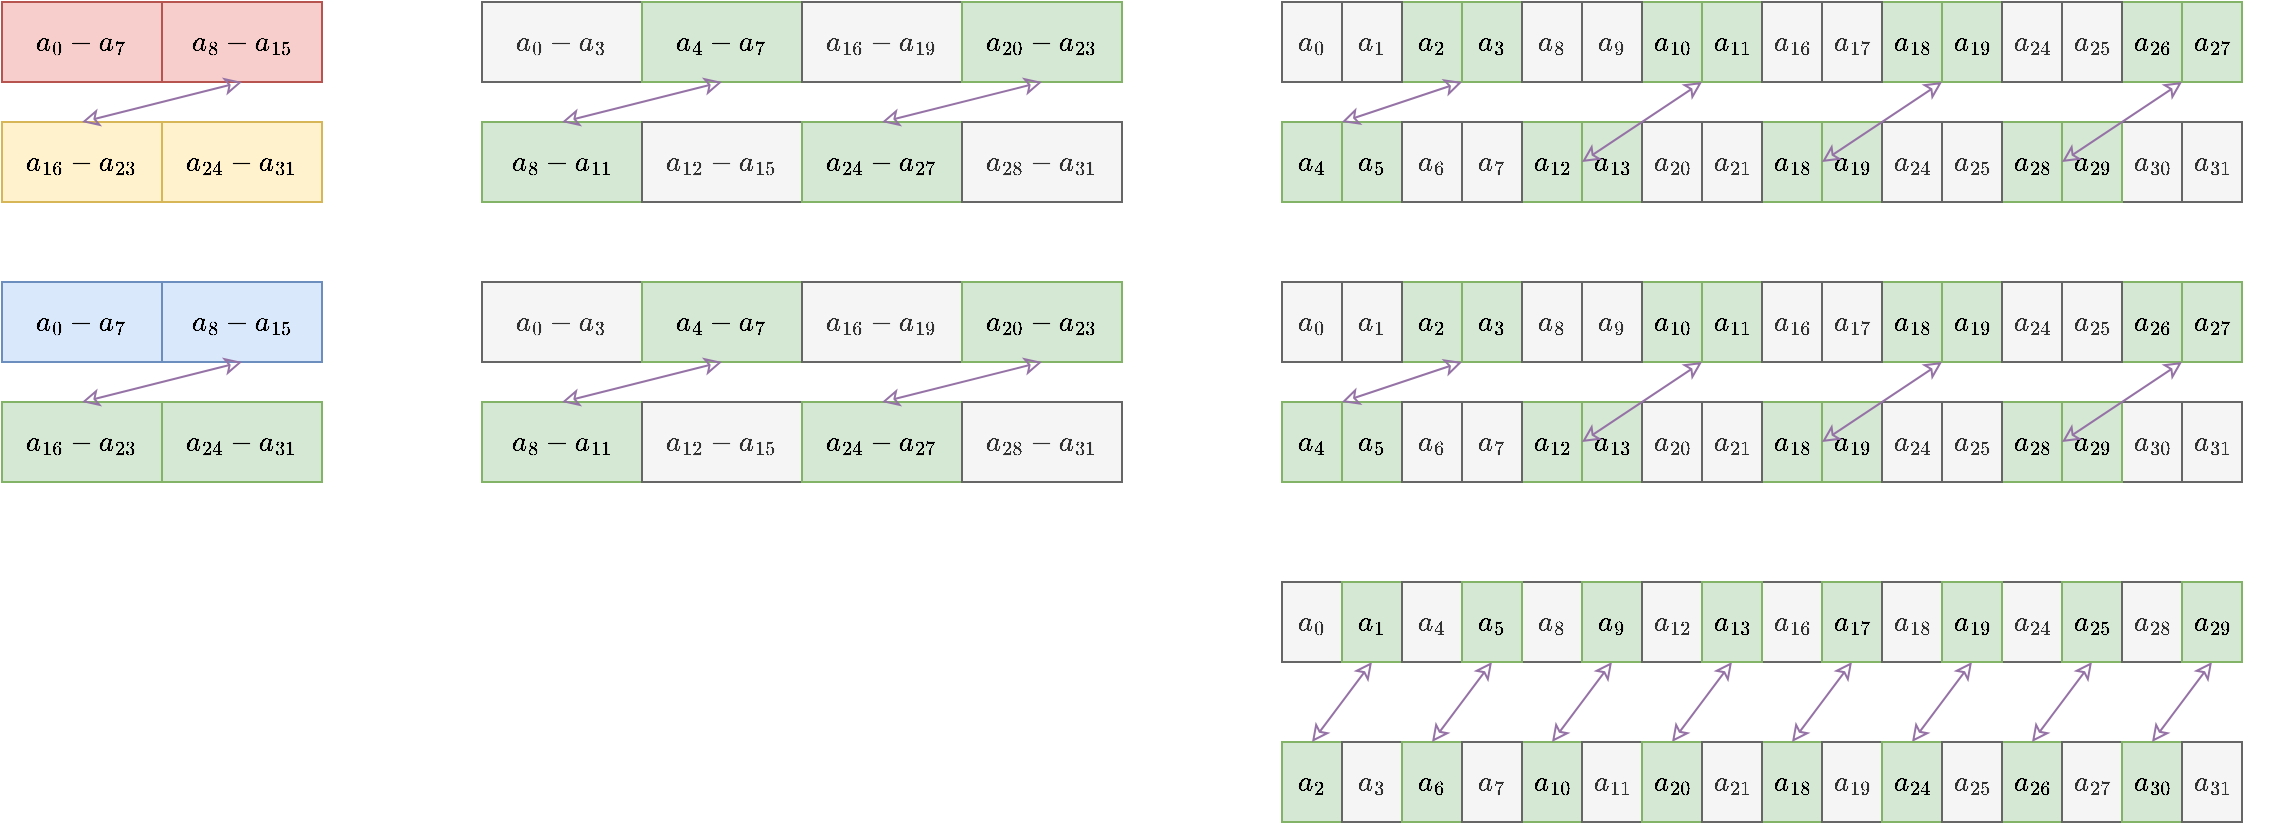
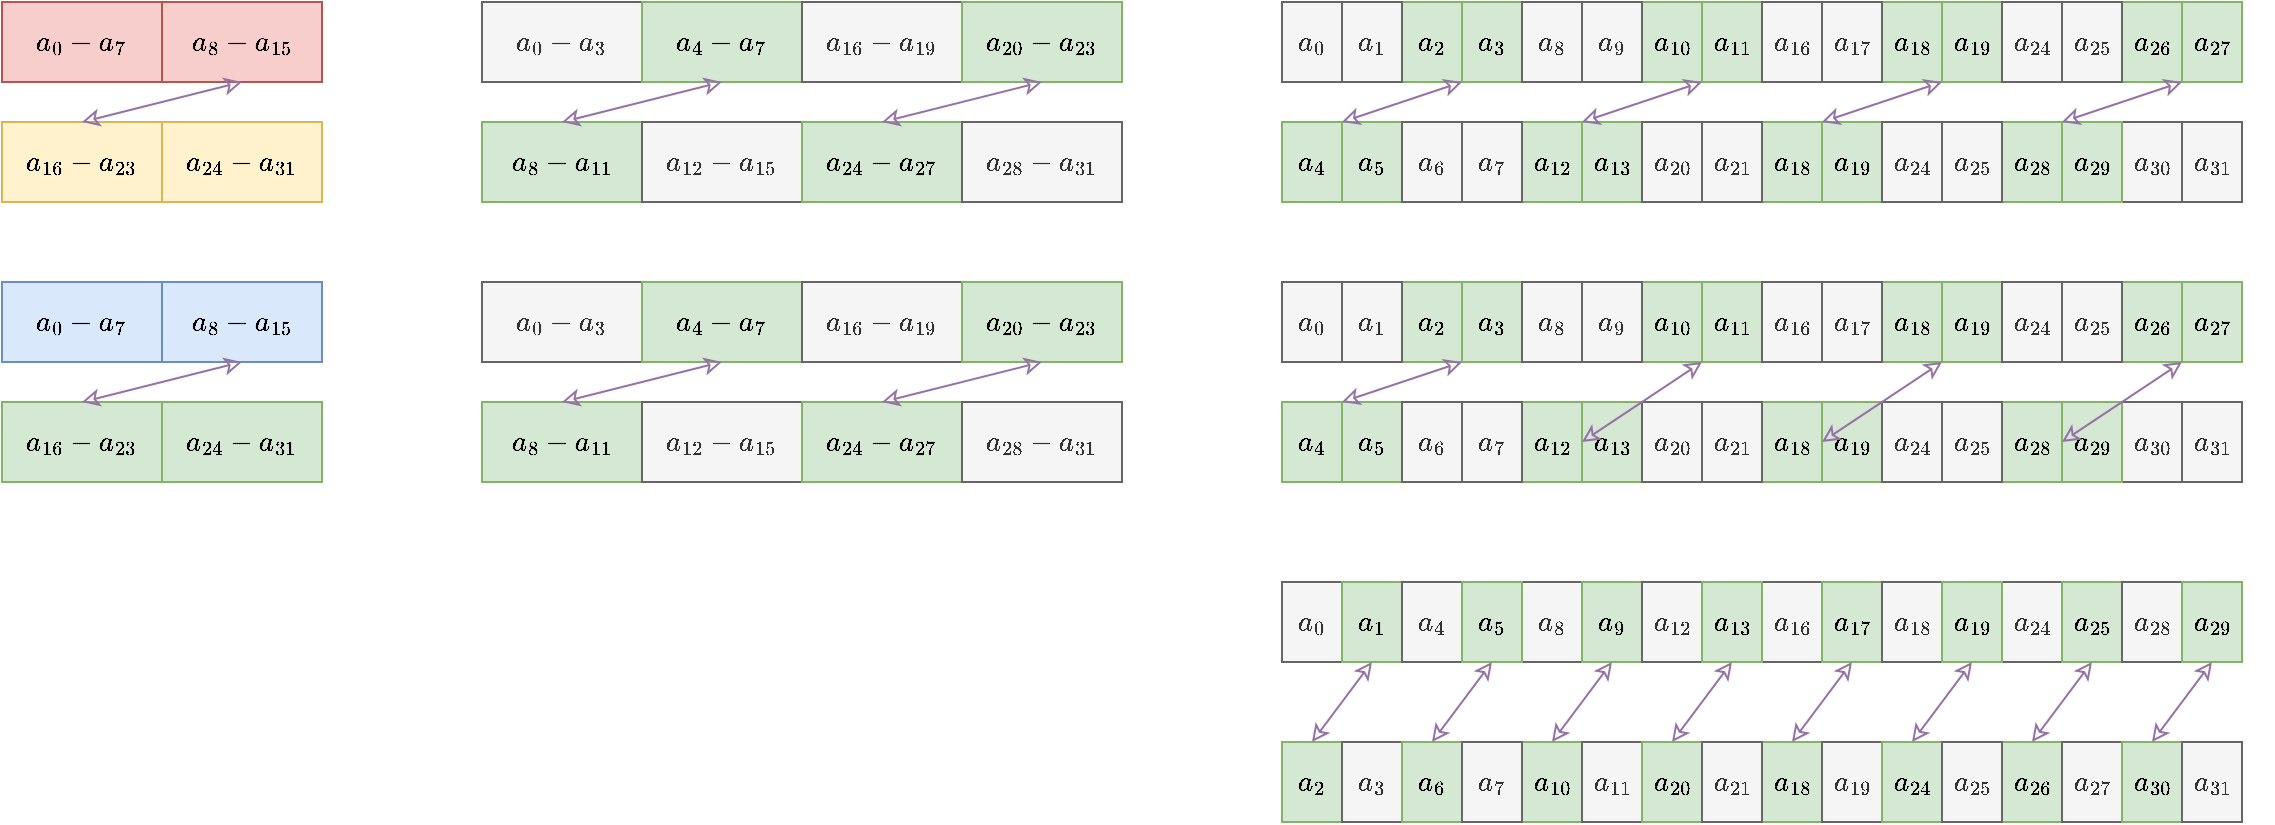
<mxfile host="65bd71144e">
    <diagram name="第 1 页" id="UbJ6MV8FVpi-ZYWMkB0j">
-         <mxGraphModel dx="856" dy="845" grid="1" gridSize="10" guides="1" tooltips="1" connect="1" arrows="1" fold="1" page="1" pageScale="1" pageWidth="1169" pageHeight="827" math="1" shadow="0">
+         <mxGraphModel dx="1027" dy="726" grid="1" gridSize="10" guides="1" tooltips="1" connect="1" arrows="1" fold="1" page="1" pageScale="1" pageWidth="1169" pageHeight="827" math="1" shadow="0">
            <root>
                <mxCell id="0"/>
                <mxCell id="1" parent="0"/>
                <mxCell id="DzIEUbVQHIe73PoZphK8-167" value="$$a_{0}$$" style="rounded=0;whiteSpace=wrap;html=1;fontFamily=Helvetica;fontSize=12;fillColor=#f5f5f5;fontColor=#333333;strokeColor=#666666;" parent="1" vertex="1">
                    <mxGeometry x="660" y="60" width="30" height="40" as="geometry"/>
                </mxCell>
                <mxCell id="DzIEUbVQHIe73PoZphK8-168" value="$$a_{0} - a_{7}$$" style="rounded=0;whiteSpace=wrap;html=1;fontSize=12;fillColor=#f8cecc;strokeColor=#b85450;" parent="1" vertex="1">
                    <mxGeometry x="20" y="60" width="80" height="40" as="geometry"/>
                </mxCell>
                <mxCell id="DzIEUbVQHIe73PoZphK8-169" value="$$a_{8} - a_{15}$$" style="rounded=0;whiteSpace=wrap;html=1;fontSize=12;fillColor=#f8cecc;strokeColor=#b85450;" parent="1" vertex="1">
                    <mxGeometry x="100" y="60" width="80" height="40" as="geometry"/>
                </mxCell>
                <mxCell id="DzIEUbVQHIe73PoZphK8-170" value="$$a_{16} - a_{23}$$" style="rounded=0;whiteSpace=wrap;html=1;fontSize=12;fillColor=#fff2cc;strokeColor=#d6b656;" parent="1" vertex="1">
                    <mxGeometry x="20" y="120" width="80" height="40" as="geometry"/>
                </mxCell>
                <mxCell id="DzIEUbVQHIe73PoZphK8-171" value="$$a_{24} - a_{31}$$" style="rounded=0;whiteSpace=wrap;html=1;fontSize=12;fillColor=#fff2cc;strokeColor=#d6b656;" parent="1" vertex="1">
                    <mxGeometry x="100" y="120" width="80" height="40" as="geometry"/>
                </mxCell>
                <mxCell id="DzIEUbVQHIe73PoZphK8-172" style="rounded=0;orthogonalLoop=1;jettySize=auto;html=1;endArrow=classic;endFill=0;strokeWidth=1;fillColor=#e1d5e7;strokeColor=#9673a6;startArrow=classic;startFill=0;entryX=0.5;entryY=1;entryDx=0;entryDy=0;exitX=0.5;exitY=0;exitDx=0;exitDy=0;" parent="1" source="DzIEUbVQHIe73PoZphK8-170" target="DzIEUbVQHIe73PoZphK8-169" edge="1">
                    <mxGeometry relative="1" as="geometry">
                        <mxPoint x="60" y="130" as="sourcePoint"/>
                        <mxPoint x="140" y="110" as="targetPoint"/>
                    </mxGeometry>
                </mxCell>
                <mxCell id="DzIEUbVQHIe73PoZphK8-173" value="$$a_{0} - a_{3}$$" style="rounded=0;whiteSpace=wrap;html=1;fontSize=12;fillColor=#f5f5f5;fontColor=#333333;strokeColor=#666666;" parent="1" vertex="1">
                    <mxGeometry x="260" y="60" width="80" height="40" as="geometry"/>
                </mxCell>
                <mxCell id="DzIEUbVQHIe73PoZphK8-174" value="$$a_{4} - a_{7}$$" style="rounded=0;whiteSpace=wrap;html=1;fontSize=12;fillColor=#d5e8d4;strokeColor=#82b366;" parent="1" vertex="1">
                    <mxGeometry x="340" y="60" width="80" height="40" as="geometry"/>
                </mxCell>
                <mxCell id="DzIEUbVQHIe73PoZphK8-175" value="$$a_{8} - a_{11}$$" style="rounded=0;whiteSpace=wrap;html=1;fontSize=12;fillColor=#d5e8d4;strokeColor=#82b366;" parent="1" vertex="1">
                    <mxGeometry x="260" y="120" width="80" height="40" as="geometry"/>
                </mxCell>
                <mxCell id="DzIEUbVQHIe73PoZphK8-176" value="$$a_{12} - a_{15}$$" style="rounded=0;whiteSpace=wrap;html=1;fontSize=12;fillColor=#f5f5f5;fontColor=#333333;strokeColor=#666666;" parent="1" vertex="1">
                    <mxGeometry x="340" y="120" width="80" height="40" as="geometry"/>
                </mxCell>
                <mxCell id="DzIEUbVQHIe73PoZphK8-177" style="rounded=0;orthogonalLoop=1;jettySize=auto;html=1;endArrow=classic;endFill=0;strokeWidth=1;fillColor=#e1d5e7;strokeColor=#9673a6;startArrow=classic;startFill=0;entryX=0.5;entryY=1;entryDx=0;entryDy=0;exitX=0.5;exitY=0;exitDx=0;exitDy=0;" parent="1" source="DzIEUbVQHIe73PoZphK8-175" target="DzIEUbVQHIe73PoZphK8-174" edge="1">
                    <mxGeometry relative="1" as="geometry">
                        <mxPoint x="300" y="130" as="sourcePoint"/>
                        <mxPoint x="380" y="110" as="targetPoint"/>
                    </mxGeometry>
                </mxCell>
                <mxCell id="DzIEUbVQHIe73PoZphK8-178" value="$$a_{16} - a_{19}$$" style="rounded=0;whiteSpace=wrap;html=1;fontSize=12;fillColor=#f5f5f5;fontColor=#333333;strokeColor=#666666;" parent="1" vertex="1">
                    <mxGeometry x="420" y="60" width="80" height="40" as="geometry"/>
                </mxCell>
                <mxCell id="DzIEUbVQHIe73PoZphK8-179" value="$$a_{20} - a_{23}$$" style="rounded=0;whiteSpace=wrap;html=1;fontSize=12;fillColor=#d5e8d4;strokeColor=#82b366;" parent="1" vertex="1">
                    <mxGeometry x="500" y="60" width="80" height="40" as="geometry"/>
                </mxCell>
                <mxCell id="DzIEUbVQHIe73PoZphK8-180" value="$$a_{24} - a_{27}$$" style="rounded=0;whiteSpace=wrap;html=1;fontSize=12;fillColor=#d5e8d4;strokeColor=#82b366;" parent="1" vertex="1">
                    <mxGeometry x="420" y="120" width="80" height="40" as="geometry"/>
                </mxCell>
                <mxCell id="DzIEUbVQHIe73PoZphK8-181" value="$$a_{28} - a_{31}$$" style="rounded=0;whiteSpace=wrap;html=1;fontSize=12;fillColor=#f5f5f5;fontColor=#333333;strokeColor=#666666;" parent="1" vertex="1">
                    <mxGeometry x="500" y="120" width="80" height="40" as="geometry"/>
                </mxCell>
                <mxCell id="DzIEUbVQHIe73PoZphK8-182" style="rounded=0;orthogonalLoop=1;jettySize=auto;html=1;endArrow=classic;endFill=0;strokeWidth=1;fillColor=#e1d5e7;strokeColor=#9673a6;startArrow=classic;startFill=0;entryX=0.5;entryY=1;entryDx=0;entryDy=0;exitX=0.5;exitY=0;exitDx=0;exitDy=0;" parent="1" source="DzIEUbVQHIe73PoZphK8-180" target="DzIEUbVQHIe73PoZphK8-179" edge="1">
                    <mxGeometry relative="1" as="geometry">
                        <mxPoint x="460" y="130" as="sourcePoint"/>
                        <mxPoint x="540" y="110" as="targetPoint"/>
                    </mxGeometry>
                </mxCell>
                <mxCell id="DzIEUbVQHIe73PoZphK8-183" value="$$a_{2}$$" style="rounded=0;whiteSpace=wrap;html=1;fontSize=12;fillColor=#d5e8d4;strokeColor=#82b366;" parent="1" vertex="1">
                    <mxGeometry x="720" y="60" width="30" height="40" as="geometry"/>
                </mxCell>
                <mxCell id="DzIEUbVQHIe73PoZphK8-184" value="$$a_{1}$$" style="rounded=0;whiteSpace=wrap;html=1;fontFamily=Helvetica;fontSize=12;fillColor=#f5f5f5;fontColor=#333333;strokeColor=#666666;" parent="1" vertex="1">
                    <mxGeometry x="690" y="60" width="30" height="40" as="geometry"/>
                </mxCell>
                <mxCell id="DzIEUbVQHIe73PoZphK8-185" value="$$a_{3}$$" style="rounded=0;whiteSpace=wrap;html=1;fontSize=12;fillColor=#d5e8d4;strokeColor=#82b366;" parent="1" vertex="1">
                    <mxGeometry x="750" y="60" width="30" height="40" as="geometry"/>
                </mxCell>
                <mxCell id="DzIEUbVQHIe73PoZphK8-186" value="$$a_{8}$$" style="rounded=0;whiteSpace=wrap;html=1;fontFamily=Helvetica;fontSize=12;fillColor=#f5f5f5;fontColor=#333333;strokeColor=#666666;" parent="1" vertex="1">
                    <mxGeometry x="780" y="60" width="30" height="40" as="geometry"/>
                </mxCell>
                <mxCell id="DzIEUbVQHIe73PoZphK8-187" value="$$a_{10}$$" style="rounded=0;whiteSpace=wrap;html=1;fontSize=12;fillColor=#d5e8d4;strokeColor=#82b366;" parent="1" vertex="1">
                    <mxGeometry x="840" y="60" width="30" height="40" as="geometry"/>
                </mxCell>
                <mxCell id="DzIEUbVQHIe73PoZphK8-188" value="$$a_{9}$$" style="rounded=0;whiteSpace=wrap;html=1;fontFamily=Helvetica;fontSize=12;fillColor=#f5f5f5;fontColor=#333333;strokeColor=#666666;" parent="1" vertex="1">
                    <mxGeometry x="810" y="60" width="30" height="40" as="geometry"/>
                </mxCell>
                <mxCell id="DzIEUbVQHIe73PoZphK8-189" value="$$a_{11}$$" style="rounded=0;whiteSpace=wrap;html=1;fontSize=12;fillColor=#d5e8d4;strokeColor=#82b366;" parent="1" vertex="1">
                    <mxGeometry x="870" y="60" width="30" height="40" as="geometry"/>
                </mxCell>
                <mxCell id="DzIEUbVQHIe73PoZphK8-190" value="$$a_{16}$$" style="rounded=0;whiteSpace=wrap;html=1;fontFamily=Helvetica;fontSize=12;fillColor=#f5f5f5;fontColor=#333333;strokeColor=#666666;" parent="1" vertex="1">
                    <mxGeometry x="900" y="60" width="30" height="40" as="geometry"/>
                </mxCell>
                <mxCell id="DzIEUbVQHIe73PoZphK8-191" value="$$a_{18}$$" style="rounded=0;whiteSpace=wrap;html=1;fontSize=12;fillColor=#d5e8d4;strokeColor=#82b366;" parent="1" vertex="1">
                    <mxGeometry x="960" y="60" width="30" height="40" as="geometry"/>
                </mxCell>
                <mxCell id="DzIEUbVQHIe73PoZphK8-192" value="$$a_{17}$$" style="rounded=0;whiteSpace=wrap;html=1;fontFamily=Helvetica;fontSize=12;fillColor=#f5f5f5;fontColor=#333333;strokeColor=#666666;" parent="1" vertex="1">
                    <mxGeometry x="930" y="60" width="30" height="40" as="geometry"/>
                </mxCell>
                <mxCell id="DzIEUbVQHIe73PoZphK8-193" value="$$a_{19}$$" style="rounded=0;whiteSpace=wrap;html=1;fontSize=12;fillColor=#d5e8d4;strokeColor=#82b366;" parent="1" vertex="1">
                    <mxGeometry x="990" y="60" width="30" height="40" as="geometry"/>
                </mxCell>
                <mxCell id="DzIEUbVQHIe73PoZphK8-194" value="$$a_{24}$$" style="rounded=0;whiteSpace=wrap;html=1;fontFamily=Helvetica;fontSize=12;fillColor=#f5f5f5;fontColor=#333333;strokeColor=#666666;" parent="1" vertex="1">
                    <mxGeometry x="1020" y="60" width="30" height="40" as="geometry"/>
                </mxCell>
                <mxCell id="DzIEUbVQHIe73PoZphK8-195" value="$$a_{26}$$" style="rounded=0;whiteSpace=wrap;html=1;fontSize=12;fillColor=#d5e8d4;strokeColor=#82b366;" parent="1" vertex="1">
                    <mxGeometry x="1080" y="60" width="30" height="40" as="geometry"/>
                </mxCell>
                <mxCell id="DzIEUbVQHIe73PoZphK8-196" value="$$a_{25}$$" style="rounded=0;whiteSpace=wrap;html=1;fontFamily=Helvetica;fontSize=12;fillColor=#f5f5f5;fontColor=#333333;strokeColor=#666666;" parent="1" vertex="1">
                    <mxGeometry x="1050" y="60" width="30" height="40" as="geometry"/>
                </mxCell>
                <mxCell id="DzIEUbVQHIe73PoZphK8-197" value="$$a_{27}$$" style="rounded=0;whiteSpace=wrap;html=1;fontSize=12;fillColor=#d5e8d4;strokeColor=#82b366;" parent="1" vertex="1">
                    <mxGeometry x="1110" y="60" width="30" height="40" as="geometry"/>
                </mxCell>
                <mxCell id="DzIEUbVQHIe73PoZphK8-198" value="$$a_{30}$$" style="rounded=0;whiteSpace=wrap;html=1;fontFamily=Helvetica;fontSize=12;fillColor=#f5f5f5;fontColor=#333333;strokeColor=#666666;" parent="1" vertex="1">
                    <mxGeometry x="1080" y="120" width="30" height="40" as="geometry"/>
                </mxCell>
                <mxCell id="DzIEUbVQHIe73PoZphK8-199" value="$$a_{4}$$" style="rounded=0;whiteSpace=wrap;html=1;fontSize=12;fillColor=#d5e8d4;strokeColor=#82b366;" parent="1" vertex="1">
                    <mxGeometry x="660" y="120" width="30" height="40" as="geometry"/>
                </mxCell>
                <mxCell id="DzIEUbVQHIe73PoZphK8-200" value="$$a_{31}$$" style="rounded=0;whiteSpace=wrap;html=1;fontFamily=Helvetica;fontSize=12;fillColor=#f5f5f5;fontColor=#333333;strokeColor=#666666;" parent="1" vertex="1">
                    <mxGeometry x="1110" y="120" width="30" height="40" as="geometry"/>
                </mxCell>
                <mxCell id="DzIEUbVQHIe73PoZphK8-201" value="$$a_{5}$$" style="rounded=0;whiteSpace=wrap;html=1;fontSize=12;fillColor=#d5e8d4;strokeColor=#82b366;" parent="1" vertex="1">
                    <mxGeometry x="690" y="120" width="30" height="40" as="geometry"/>
                </mxCell>
                <mxCell id="DzIEUbVQHIe73PoZphK8-202" value="$$a_{6}$$" style="rounded=0;whiteSpace=wrap;html=1;fontFamily=Helvetica;fontSize=12;fillColor=#f5f5f5;fontColor=#333333;strokeColor=#666666;" parent="1" vertex="1">
                    <mxGeometry x="720" y="120" width="30" height="40" as="geometry"/>
                </mxCell>
                <mxCell id="DzIEUbVQHIe73PoZphK8-203" value="$$a_{12}$$" style="rounded=0;whiteSpace=wrap;html=1;fontSize=12;fillColor=#d5e8d4;strokeColor=#82b366;" parent="1" vertex="1">
                    <mxGeometry x="780" y="120" width="30" height="40" as="geometry"/>
                </mxCell>
                <mxCell id="DzIEUbVQHIe73PoZphK8-204" value="$$a_{7}$$" style="rounded=0;whiteSpace=wrap;html=1;fontFamily=Helvetica;fontSize=12;fillColor=#f5f5f5;fontColor=#333333;strokeColor=#666666;" parent="1" vertex="1">
                    <mxGeometry x="750" y="120" width="30" height="40" as="geometry"/>
                </mxCell>
                <mxCell id="DzIEUbVQHIe73PoZphK8-205" value="$$a_{13}$$" style="rounded=0;whiteSpace=wrap;html=1;fontSize=12;fillColor=#d5e8d4;strokeColor=#82b366;" parent="1" vertex="1">
                    <mxGeometry x="810" y="120" width="30" height="40" as="geometry"/>
                </mxCell>
                <mxCell id="DzIEUbVQHIe73PoZphK8-206" value="$$a_{20}$$" style="rounded=0;whiteSpace=wrap;html=1;fontFamily=Helvetica;fontSize=12;fillColor=#f5f5f5;fontColor=#333333;strokeColor=#666666;" parent="1" vertex="1">
                    <mxGeometry x="840" y="120" width="30" height="40" as="geometry"/>
                </mxCell>
                <mxCell id="DzIEUbVQHIe73PoZphK8-207" value="$$a_{18}$$" style="rounded=0;whiteSpace=wrap;html=1;fontSize=12;fillColor=#d5e8d4;strokeColor=#82b366;" parent="1" vertex="1">
                    <mxGeometry x="900" y="120" width="30" height="40" as="geometry"/>
                </mxCell>
                <mxCell id="DzIEUbVQHIe73PoZphK8-208" value="$$a_{21}$$" style="rounded=0;whiteSpace=wrap;html=1;fontFamily=Helvetica;fontSize=12;fillColor=#f5f5f5;fontColor=#333333;strokeColor=#666666;" parent="1" vertex="1">
                    <mxGeometry x="870" y="120" width="30" height="40" as="geometry"/>
                </mxCell>
                <mxCell id="DzIEUbVQHIe73PoZphK8-209" value="$$a_{19}$$" style="rounded=0;whiteSpace=wrap;html=1;fontSize=12;fillColor=#d5e8d4;strokeColor=#82b366;" parent="1" vertex="1">
                    <mxGeometry x="930" y="120" width="30" height="40" as="geometry"/>
                </mxCell>
                <mxCell id="DzIEUbVQHIe73PoZphK8-210" value="$$a_{24}$$" style="rounded=0;whiteSpace=wrap;html=1;fontFamily=Helvetica;fontSize=12;fillColor=#f5f5f5;fontColor=#333333;strokeColor=#666666;" parent="1" vertex="1">
                    <mxGeometry x="960" y="120" width="30" height="40" as="geometry"/>
                </mxCell>
                <mxCell id="DzIEUbVQHIe73PoZphK8-211" value="$$a_{28}$$" style="rounded=0;whiteSpace=wrap;html=1;fontSize=12;fillColor=#d5e8d4;strokeColor=#82b366;" parent="1" vertex="1">
                    <mxGeometry x="1020" y="120" width="30" height="40" as="geometry"/>
                </mxCell>
                <mxCell id="DzIEUbVQHIe73PoZphK8-212" value="$$a_{25}$$" style="rounded=0;whiteSpace=wrap;html=1;fontFamily=Helvetica;fontSize=12;fillColor=#f5f5f5;fontColor=#333333;strokeColor=#666666;" parent="1" vertex="1">
                    <mxGeometry x="990" y="120" width="30" height="40" as="geometry"/>
                </mxCell>
                <mxCell id="DzIEUbVQHIe73PoZphK8-213" value="$$a_{29}$$" style="rounded=0;whiteSpace=wrap;html=1;fontSize=12;fillColor=#d5e8d4;strokeColor=#82b366;" parent="1" vertex="1">
                    <mxGeometry x="1050" y="120" width="30" height="40" as="geometry"/>
                </mxCell>
                <mxCell id="DzIEUbVQHIe73PoZphK8-214" style="rounded=0;orthogonalLoop=1;jettySize=auto;html=1;endArrow=classic;endFill=0;strokeWidth=1;fillColor=#e1d5e7;strokeColor=#9673a6;startArrow=classic;startFill=0;entryX=1;entryY=1;entryDx=0;entryDy=0;exitX=0;exitY=0;exitDx=0;exitDy=0;" parent="1" source="DzIEUbVQHIe73PoZphK8-201" target="DzIEUbVQHIe73PoZphK8-183" edge="1">
                    <mxGeometry relative="1" as="geometry">
                        <mxPoint x="690" y="160" as="sourcePoint"/>
                        <mxPoint x="770" y="120" as="targetPoint"/>
                    </mxGeometry>
                </mxCell>
-                 <mxCell id="DzIEUbVQHIe73PoZphK8-215" style="rounded=0;orthogonalLoop=1;jettySize=auto;html=1;endArrow=classic;endFill=0;strokeWidth=1;fillColor=#e1d5e7;strokeColor=#9673a6;startArrow=classic;startFill=0;entryX=1;entryY=1;entryDx=0;entryDy=0;exitX=0;exitY=0;exitDx=0;exitDy=0;" parent="1" edge="1">
+                 <mxCell id="DzIEUbVQHIe73PoZphK8-215" style="rounded=0;orthogonalLoop=1;jettySize=auto;html=1;endArrow=classic;endFill=0;strokeWidth=1;fillColor=#e1d5e7;strokeColor=#9673a6;startArrow=classic;startFill=0;entryX=1;entryY=1;entryDx=0;entryDy=0;exitX=0;exitY=0;exitDx=0;exitDy=0;" parent="1" source="DzIEUbVQHIe73PoZphK8-205" edge="1">
                    <mxGeometry relative="1" as="geometry">
                        <mxPoint x="810" y="140" as="sourcePoint"/>
                        <mxPoint x="870" y="100" as="targetPoint"/>
                    </mxGeometry>
                </mxCell>
-                 <mxCell id="DzIEUbVQHIe73PoZphK8-216" style="rounded=0;orthogonalLoop=1;jettySize=auto;html=1;endArrow=classic;endFill=0;strokeWidth=1;fillColor=#e1d5e7;strokeColor=#9673a6;startArrow=classic;startFill=0;entryX=1;entryY=1;entryDx=0;entryDy=0;exitX=0;exitY=0;exitDx=0;exitDy=0;" parent="1" edge="1">
+                 <mxCell id="DzIEUbVQHIe73PoZphK8-216" style="rounded=0;orthogonalLoop=1;jettySize=auto;html=1;endArrow=classic;endFill=0;strokeWidth=1;fillColor=#e1d5e7;strokeColor=#9673a6;startArrow=classic;startFill=0;entryX=1;entryY=1;entryDx=0;entryDy=0;exitX=0;exitY=0;exitDx=0;exitDy=0;" parent="1" source="DzIEUbVQHIe73PoZphK8-209" edge="1">
                    <mxGeometry relative="1" as="geometry">
                        <mxPoint x="930" y="140" as="sourcePoint"/>
                        <mxPoint x="990" y="100" as="targetPoint"/>
                    </mxGeometry>
                </mxCell>
-                 <mxCell id="DzIEUbVQHIe73PoZphK8-217" style="rounded=0;orthogonalLoop=1;jettySize=auto;html=1;endArrow=classic;endFill=0;strokeWidth=1;fillColor=#e1d5e7;strokeColor=#9673a6;startArrow=classic;startFill=0;entryX=1;entryY=1;entryDx=0;entryDy=0;exitX=0;exitY=0;exitDx=0;exitDy=0;" parent="1" edge="1">
+                 <mxCell id="DzIEUbVQHIe73PoZphK8-217" style="rounded=0;orthogonalLoop=1;jettySize=auto;html=1;endArrow=classic;endFill=0;strokeWidth=1;fillColor=#e1d5e7;strokeColor=#9673a6;startArrow=classic;startFill=0;entryX=1;entryY=1;entryDx=0;entryDy=0;exitX=0;exitY=0;exitDx=0;exitDy=0;" parent="1" source="DzIEUbVQHIe73PoZphK8-213" edge="1">
                    <mxGeometry relative="1" as="geometry">
                        <mxPoint x="1050" y="140" as="sourcePoint"/>
                        <mxPoint x="1110" y="100" as="targetPoint"/>
                    </mxGeometry>
                </mxCell>
                <mxCell id="DzIEUbVQHIe73PoZphK8-218" value="$$a_{0}$$" style="rounded=0;whiteSpace=wrap;html=1;fontFamily=Helvetica;fontSize=12;fillColor=#f5f5f5;fontColor=#333333;strokeColor=#666666;" parent="1" vertex="1">
                    <mxGeometry x="660" y="350" width="30" height="40" as="geometry"/>
                </mxCell>
                <mxCell id="DzIEUbVQHIe73PoZphK8-219" value="$$a_{2}$$" style="rounded=0;whiteSpace=wrap;html=1;fontSize=12;fillColor=#d5e8d4;strokeColor=#82b366;" parent="1" vertex="1">
                    <mxGeometry x="660" y="430" width="30" height="40" as="geometry"/>
                </mxCell>
                <mxCell id="DzIEUbVQHIe73PoZphK8-253" style="edgeStyle=none;shape=connector;rounded=0;orthogonalLoop=1;jettySize=auto;html=1;exitX=0.5;exitY=1;exitDx=0;exitDy=0;entryX=0.5;entryY=0;entryDx=0;entryDy=0;strokeColor=#9673a6;strokeWidth=1;align=center;verticalAlign=middle;fontFamily=Helvetica;fontSize=11;fontColor=default;labelBackgroundColor=default;startArrow=classic;startFill=0;endArrow=classic;endFill=0;fillColor=#e1d5e7;" parent="1" source="DzIEUbVQHIe73PoZphK8-220" target="DzIEUbVQHIe73PoZphK8-219" edge="1">
                    <mxGeometry relative="1" as="geometry"/>
                </mxCell>
                <mxCell id="DzIEUbVQHIe73PoZphK8-220" value="$$a_{1}$$" style="rounded=0;whiteSpace=wrap;html=1;fontFamily=Helvetica;fontSize=12;fillColor=#d5e8d4;fontColor=default;strokeColor=#82b366;align=center;verticalAlign=middle;" parent="1" vertex="1">
                    <mxGeometry x="690" y="350" width="30" height="40" as="geometry"/>
                </mxCell>
                <mxCell id="DzIEUbVQHIe73PoZphK8-221" value="$$a_{3}$$" style="rounded=0;whiteSpace=wrap;html=1;fontSize=12;fillColor=#f5f5f5;strokeColor=#666666;align=center;verticalAlign=middle;fontFamily=Helvetica;fontColor=#333333;" parent="1" vertex="1">
                    <mxGeometry x="690" y="430" width="30" height="40" as="geometry"/>
                </mxCell>
                <mxCell id="DzIEUbVQHIe73PoZphK8-222" value="$$a_{8}$$" style="rounded=0;whiteSpace=wrap;html=1;fontFamily=Helvetica;fontSize=12;fillColor=#f5f5f5;fontColor=#333333;strokeColor=#666666;" parent="1" vertex="1">
                    <mxGeometry x="780" y="350" width="30" height="40" as="geometry"/>
                </mxCell>
                <mxCell id="DzIEUbVQHIe73PoZphK8-223" value="$$a_{10}$$" style="rounded=0;whiteSpace=wrap;html=1;fontSize=12;fillColor=#d5e8d4;strokeColor=#82b366;" parent="1" vertex="1">
                    <mxGeometry x="780" y="430" width="30" height="40" as="geometry"/>
                </mxCell>
                <mxCell id="DzIEUbVQHIe73PoZphK8-256" style="edgeStyle=none;shape=connector;rounded=0;orthogonalLoop=1;jettySize=auto;html=1;exitX=0.5;exitY=1;exitDx=0;exitDy=0;entryX=0.5;entryY=0;entryDx=0;entryDy=0;strokeColor=#9673a6;strokeWidth=1;align=center;verticalAlign=middle;fontFamily=Helvetica;fontSize=11;fontColor=default;labelBackgroundColor=default;startArrow=classic;startFill=0;endArrow=classic;endFill=0;fillColor=#e1d5e7;" parent="1" source="DzIEUbVQHIe73PoZphK8-224" target="DzIEUbVQHIe73PoZphK8-223" edge="1">
                    <mxGeometry relative="1" as="geometry"/>
                </mxCell>
                <mxCell id="DzIEUbVQHIe73PoZphK8-224" value="$$a_{9}$$" style="rounded=0;whiteSpace=wrap;html=1;fontFamily=Helvetica;fontSize=12;fillColor=#d5e8d4;fontColor=default;strokeColor=#82b366;align=center;verticalAlign=middle;" parent="1" vertex="1">
                    <mxGeometry x="810" y="350" width="30" height="40" as="geometry"/>
                </mxCell>
                <mxCell id="DzIEUbVQHIe73PoZphK8-225" value="$$a_{11}$$" style="rounded=0;whiteSpace=wrap;html=1;fontSize=12;fillColor=#f5f5f5;strokeColor=#666666;align=center;verticalAlign=middle;fontFamily=Helvetica;fontColor=#333333;" parent="1" vertex="1">
                    <mxGeometry x="810" y="430" width="30" height="40" as="geometry"/>
                </mxCell>
                <mxCell id="DzIEUbVQHIe73PoZphK8-226" value="$$a_{16}$$" style="rounded=0;whiteSpace=wrap;html=1;fontFamily=Helvetica;fontSize=12;fillColor=#f5f5f5;fontColor=#333333;strokeColor=#666666;" parent="1" vertex="1">
                    <mxGeometry x="900" y="350" width="30" height="40" as="geometry"/>
                </mxCell>
                <mxCell id="DzIEUbVQHIe73PoZphK8-227" value="$$a_{18}$$" style="rounded=0;whiteSpace=wrap;html=1;fontSize=12;fillColor=#d5e8d4;strokeColor=#82b366;" parent="1" vertex="1">
                    <mxGeometry x="900" y="430" width="30" height="40" as="geometry"/>
                </mxCell>
                <mxCell id="DzIEUbVQHIe73PoZphK8-258" style="edgeStyle=none;shape=connector;rounded=0;orthogonalLoop=1;jettySize=auto;html=1;exitX=0.5;exitY=1;exitDx=0;exitDy=0;entryX=0.5;entryY=0;entryDx=0;entryDy=0;strokeColor=#9673a6;strokeWidth=1;align=center;verticalAlign=middle;fontFamily=Helvetica;fontSize=11;fontColor=default;labelBackgroundColor=default;startArrow=classic;startFill=0;endArrow=classic;endFill=0;fillColor=#e1d5e7;" parent="1" source="DzIEUbVQHIe73PoZphK8-228" target="DzIEUbVQHIe73PoZphK8-227" edge="1">
                    <mxGeometry relative="1" as="geometry"/>
                </mxCell>
                <mxCell id="DzIEUbVQHIe73PoZphK8-228" value="$$a_{17}$$" style="rounded=0;whiteSpace=wrap;html=1;fontFamily=Helvetica;fontSize=12;fillColor=#d5e8d4;fontColor=default;strokeColor=#82b366;align=center;verticalAlign=middle;" parent="1" vertex="1">
                    <mxGeometry x="930" y="350" width="30" height="40" as="geometry"/>
                </mxCell>
                <mxCell id="DzIEUbVQHIe73PoZphK8-229" value="$$a_{19}$$" style="rounded=0;whiteSpace=wrap;html=1;fontSize=12;fillColor=#f5f5f5;strokeColor=#666666;align=center;verticalAlign=middle;fontFamily=Helvetica;fontColor=#333333;" parent="1" vertex="1">
                    <mxGeometry x="930" y="430" width="30" height="40" as="geometry"/>
                </mxCell>
                <mxCell id="DzIEUbVQHIe73PoZphK8-230" value="$$a_{24}$$" style="rounded=0;whiteSpace=wrap;html=1;fontFamily=Helvetica;fontSize=12;fillColor=#f5f5f5;fontColor=#333333;strokeColor=#666666;" parent="1" vertex="1">
                    <mxGeometry x="1020" y="350" width="30" height="40" as="geometry"/>
                </mxCell>
                <mxCell id="DzIEUbVQHIe73PoZphK8-231" value="$$a_{26}$$" style="rounded=0;whiteSpace=wrap;html=1;fontSize=12;fillColor=#d5e8d4;strokeColor=#82b366;" parent="1" vertex="1">
                    <mxGeometry x="1020" y="430" width="30" height="40" as="geometry"/>
                </mxCell>
                <mxCell id="DzIEUbVQHIe73PoZphK8-260" style="edgeStyle=none;shape=connector;rounded=0;orthogonalLoop=1;jettySize=auto;html=1;exitX=0.5;exitY=1;exitDx=0;exitDy=0;entryX=0.5;entryY=0;entryDx=0;entryDy=0;strokeColor=#9673a6;strokeWidth=1;align=center;verticalAlign=middle;fontFamily=Helvetica;fontSize=11;fontColor=default;labelBackgroundColor=default;startArrow=classic;startFill=0;endArrow=classic;endFill=0;fillColor=#e1d5e7;" parent="1" source="DzIEUbVQHIe73PoZphK8-232" target="DzIEUbVQHIe73PoZphK8-231" edge="1">
                    <mxGeometry relative="1" as="geometry"/>
                </mxCell>
                <mxCell id="DzIEUbVQHIe73PoZphK8-232" value="$$a_{25}$$" style="rounded=0;whiteSpace=wrap;html=1;fontFamily=Helvetica;fontSize=12;fillColor=#d5e8d4;fontColor=default;strokeColor=#82b366;align=center;verticalAlign=middle;" parent="1" vertex="1">
                    <mxGeometry x="1050" y="350" width="30" height="40" as="geometry"/>
                </mxCell>
                <mxCell id="DzIEUbVQHIe73PoZphK8-233" value="$$a_{27}$$" style="rounded=0;whiteSpace=wrap;html=1;fontSize=12;fillColor=#f5f5f5;strokeColor=#666666;align=center;verticalAlign=middle;fontFamily=Helvetica;fontColor=#333333;" parent="1" vertex="1">
                    <mxGeometry x="1050" y="430" width="30" height="40" as="geometry"/>
                </mxCell>
                <mxCell id="DzIEUbVQHIe73PoZphK8-234" value="$$a_{30}$$" style="rounded=0;whiteSpace=wrap;html=1;fontFamily=Helvetica;fontSize=12;fillColor=#d5e8d4;fontColor=default;strokeColor=#82b366;align=center;verticalAlign=middle;" parent="1" vertex="1">
                    <mxGeometry x="1080" y="430" width="30" height="40" as="geometry"/>
                </mxCell>
                <mxCell id="DzIEUbVQHIe73PoZphK8-236" value="$$a_{31}$$" style="rounded=0;whiteSpace=wrap;html=1;fontFamily=Helvetica;fontSize=12;fillColor=#f5f5f5;fontColor=#333333;strokeColor=#666666;align=center;verticalAlign=middle;" parent="1" vertex="1">
                    <mxGeometry x="1110" y="430" width="30" height="40" as="geometry"/>
                </mxCell>
                <mxCell id="DzIEUbVQHIe73PoZphK8-238" value="$$a_{6}$$" style="rounded=0;whiteSpace=wrap;html=1;fontFamily=Helvetica;fontSize=12;fillColor=#d5e8d4;fontColor=default;strokeColor=#82b366;align=center;verticalAlign=middle;" parent="1" vertex="1">
                    <mxGeometry x="720" y="430" width="30" height="40" as="geometry"/>
                </mxCell>
                <mxCell id="DzIEUbVQHIe73PoZphK8-239" value="$$a_{12}$$" style="rounded=0;whiteSpace=wrap;html=1;fontSize=12;fillColor=#f5f5f5;strokeColor=#666666;align=center;verticalAlign=middle;fontFamily=Helvetica;fontColor=#333333;" parent="1" vertex="1">
                    <mxGeometry x="840" y="350" width="30" height="40" as="geometry"/>
                </mxCell>
                <mxCell id="DzIEUbVQHIe73PoZphK8-240" value="$$a_{7}$$" style="rounded=0;whiteSpace=wrap;html=1;fontFamily=Helvetica;fontSize=12;fillColor=#f5f5f5;fontColor=#333333;strokeColor=#666666;" parent="1" vertex="1">
                    <mxGeometry x="750" y="430" width="30" height="40" as="geometry"/>
                </mxCell>
                <mxCell id="DzIEUbVQHIe73PoZphK8-257" style="edgeStyle=none;shape=connector;rounded=0;orthogonalLoop=1;jettySize=auto;html=1;exitX=0.5;exitY=1;exitDx=0;exitDy=0;entryX=0.5;entryY=0;entryDx=0;entryDy=0;strokeColor=#9673a6;strokeWidth=1;align=center;verticalAlign=middle;fontFamily=Helvetica;fontSize=11;fontColor=default;labelBackgroundColor=default;startArrow=classic;startFill=0;endArrow=classic;endFill=0;fillColor=#e1d5e7;" parent="1" source="DzIEUbVQHIe73PoZphK8-241" target="DzIEUbVQHIe73PoZphK8-242" edge="1">
                    <mxGeometry relative="1" as="geometry"/>
                </mxCell>
                <mxCell id="DzIEUbVQHIe73PoZphK8-241" value="$$a_{13}$$" style="rounded=0;whiteSpace=wrap;html=1;fontSize=12;fillColor=#d5e8d4;strokeColor=#82b366;" parent="1" vertex="1">
                    <mxGeometry x="870" y="350" width="30" height="40" as="geometry"/>
                </mxCell>
                <mxCell id="DzIEUbVQHIe73PoZphK8-242" value="$$a_{20}$$" style="rounded=0;whiteSpace=wrap;html=1;fontFamily=Helvetica;fontSize=12;fillColor=#d5e8d4;fontColor=default;strokeColor=#82b366;align=center;verticalAlign=middle;" parent="1" vertex="1">
                    <mxGeometry x="840" y="430" width="30" height="40" as="geometry"/>
                </mxCell>
                <mxCell id="DzIEUbVQHIe73PoZphK8-243" value="$$a_{18}$$" style="rounded=0;whiteSpace=wrap;html=1;fontSize=12;fillColor=#f5f5f5;strokeColor=#666666;align=center;verticalAlign=middle;fontFamily=Helvetica;fontColor=#333333;" parent="1" vertex="1">
                    <mxGeometry x="960" y="350" width="30" height="40" as="geometry"/>
                </mxCell>
                <mxCell id="DzIEUbVQHIe73PoZphK8-244" value="$$a_{21}$$" style="rounded=0;whiteSpace=wrap;html=1;fontFamily=Helvetica;fontSize=12;fillColor=#f5f5f5;fontColor=#333333;strokeColor=#666666;" parent="1" vertex="1">
                    <mxGeometry x="870" y="430" width="30" height="40" as="geometry"/>
                </mxCell>
                <mxCell id="DzIEUbVQHIe73PoZphK8-259" style="edgeStyle=none;shape=connector;rounded=0;orthogonalLoop=1;jettySize=auto;html=1;exitX=0.5;exitY=1;exitDx=0;exitDy=0;entryX=0.5;entryY=0;entryDx=0;entryDy=0;strokeColor=#9673a6;strokeWidth=1;align=center;verticalAlign=middle;fontFamily=Helvetica;fontSize=11;fontColor=default;labelBackgroundColor=default;startArrow=classic;startFill=0;endArrow=classic;endFill=0;fillColor=#e1d5e7;" parent="1" source="DzIEUbVQHIe73PoZphK8-245" target="DzIEUbVQHIe73PoZphK8-246" edge="1">
                    <mxGeometry relative="1" as="geometry"/>
                </mxCell>
                <mxCell id="DzIEUbVQHIe73PoZphK8-245" value="$$a_{19}$$" style="rounded=0;whiteSpace=wrap;html=1;fontSize=12;fillColor=#d5e8d4;strokeColor=#82b366;" parent="1" vertex="1">
                    <mxGeometry x="990" y="350" width="30" height="40" as="geometry"/>
                </mxCell>
                <mxCell id="DzIEUbVQHIe73PoZphK8-246" value="$$a_{24}$$" style="rounded=0;whiteSpace=wrap;html=1;fontFamily=Helvetica;fontSize=12;fillColor=#d5e8d4;fontColor=default;strokeColor=#82b366;align=center;verticalAlign=middle;" parent="1" vertex="1">
                    <mxGeometry x="960" y="430" width="30" height="40" as="geometry"/>
                </mxCell>
                <mxCell id="DzIEUbVQHIe73PoZphK8-247" value="$$a_{28}$$" style="rounded=0;whiteSpace=wrap;html=1;fontSize=12;fillColor=#f5f5f5;strokeColor=#666666;align=center;verticalAlign=middle;fontFamily=Helvetica;fontColor=#333333;" parent="1" vertex="1">
                    <mxGeometry x="1080" y="350" width="30" height="40" as="geometry"/>
                </mxCell>
                <mxCell id="DzIEUbVQHIe73PoZphK8-248" value="$$a_{25}$$" style="rounded=0;whiteSpace=wrap;html=1;fontFamily=Helvetica;fontSize=12;fillColor=#f5f5f5;fontColor=#333333;strokeColor=#666666;" parent="1" vertex="1">
                    <mxGeometry x="990" y="430" width="30" height="40" as="geometry"/>
                </mxCell>
                <mxCell id="DzIEUbVQHIe73PoZphK8-261" style="edgeStyle=none;shape=connector;rounded=0;orthogonalLoop=1;jettySize=auto;html=1;exitX=0.5;exitY=1;exitDx=0;exitDy=0;entryX=0.5;entryY=0;entryDx=0;entryDy=0;strokeColor=#9673a6;strokeWidth=1;align=center;verticalAlign=middle;fontFamily=Helvetica;fontSize=11;fontColor=default;labelBackgroundColor=default;startArrow=classic;startFill=0;endArrow=classic;endFill=0;fillColor=#e1d5e7;" parent="1" source="DzIEUbVQHIe73PoZphK8-249" target="DzIEUbVQHIe73PoZphK8-234" edge="1">
                    <mxGeometry relative="1" as="geometry"/>
                </mxCell>
                <mxCell id="DzIEUbVQHIe73PoZphK8-249" value="$$a_{29}$$" style="rounded=0;whiteSpace=wrap;html=1;fontSize=12;fillColor=#d5e8d4;strokeColor=#82b366;" parent="1" vertex="1">
                    <mxGeometry x="1110" y="350" width="30" height="40" as="geometry"/>
                </mxCell>
                <mxCell id="DzIEUbVQHIe73PoZphK8-250" value="$$a_{4}$$" style="rounded=0;whiteSpace=wrap;html=1;fontSize=12;fillColor=#f5f5f5;strokeColor=#666666;align=center;verticalAlign=middle;fontFamily=Helvetica;fontColor=#333333;" parent="1" vertex="1">
                    <mxGeometry x="720" y="350" width="30" height="40" as="geometry"/>
                </mxCell>
                <mxCell id="DzIEUbVQHIe73PoZphK8-254" style="edgeStyle=none;shape=connector;rounded=0;orthogonalLoop=1;jettySize=auto;html=1;exitX=0.5;exitY=1;exitDx=0;exitDy=0;entryX=0.5;entryY=0;entryDx=0;entryDy=0;strokeColor=#9673a6;strokeWidth=1;align=center;verticalAlign=middle;fontFamily=Helvetica;fontSize=11;fontColor=default;labelBackgroundColor=default;startArrow=classic;startFill=0;endArrow=classic;endFill=0;fillColor=#e1d5e7;" parent="1" source="DzIEUbVQHIe73PoZphK8-251" target="DzIEUbVQHIe73PoZphK8-238" edge="1">
                    <mxGeometry relative="1" as="geometry"/>
                </mxCell>
                <mxCell id="DzIEUbVQHIe73PoZphK8-251" value="$$a_{5}$$" style="rounded=0;whiteSpace=wrap;html=1;fontSize=12;fillColor=#d5e8d4;strokeColor=#82b366;" parent="1" vertex="1">
                    <mxGeometry x="750" y="350" width="30" height="40" as="geometry"/>
                </mxCell>
-                 <mxCell id="2" value="$$a_{0} - a_{7}$$" style="rounded=0;whiteSpace=wrap;html=1;fontSize=12;fillColor=#dae8fc;strokeColor=#6c8ebf;" vertex="1" parent="1">
+                 <mxCell id="2" value="$$a_{0} - a_{7}$$" style="rounded=0;whiteSpace=wrap;html=1;fontSize=12;fillColor=#dae8fc;strokeColor=#6c8ebf;" parent="1" vertex="1">
                    <mxGeometry x="20" y="200" width="80" height="40" as="geometry"/>
                </mxCell>
-                 <mxCell id="3" value="$$a_{8} - a_{15}$$" style="rounded=0;whiteSpace=wrap;html=1;fontSize=12;fillColor=#dae8fc;strokeColor=#6c8ebf;" vertex="1" parent="1">
+                 <mxCell id="3" value="$$a_{8} - a_{15}$$" style="rounded=0;whiteSpace=wrap;html=1;fontSize=12;fillColor=#dae8fc;strokeColor=#6c8ebf;" parent="1" vertex="1">
                    <mxGeometry x="100" y="200" width="80" height="40" as="geometry"/>
                </mxCell>
-                 <mxCell id="4" value="$$a_{16} - a_{23}$$" style="rounded=0;whiteSpace=wrap;html=1;fontSize=12;fillColor=#d5e8d4;strokeColor=#82b366;" vertex="1" parent="1">
+                 <mxCell id="4" value="$$a_{16} - a_{23}$$" style="rounded=0;whiteSpace=wrap;html=1;fontSize=12;fillColor=#d5e8d4;strokeColor=#82b366;" parent="1" vertex="1">
                    <mxGeometry x="20" y="260" width="80" height="40" as="geometry"/>
                </mxCell>
-                 <mxCell id="5" value="$$a_{24} - a_{31}$$" style="rounded=0;whiteSpace=wrap;html=1;fontSize=12;fillColor=#d5e8d4;strokeColor=#82b366;" vertex="1" parent="1">
+                 <mxCell id="5" value="$$a_{24} - a_{31}$$" style="rounded=0;whiteSpace=wrap;html=1;fontSize=12;fillColor=#d5e8d4;strokeColor=#82b366;" parent="1" vertex="1">
                    <mxGeometry x="100" y="260" width="80" height="40" as="geometry"/>
                </mxCell>
-                 <mxCell id="6" style="rounded=0;orthogonalLoop=1;jettySize=auto;html=1;endArrow=classic;endFill=0;strokeWidth=1;fillColor=#e1d5e7;strokeColor=#9673a6;startArrow=classic;startFill=0;entryX=0.5;entryY=1;entryDx=0;entryDy=0;exitX=0.5;exitY=0;exitDx=0;exitDy=0;" edge="1" parent="1" source="4" target="3">
+                 <mxCell id="6" style="rounded=0;orthogonalLoop=1;jettySize=auto;html=1;endArrow=classic;endFill=0;strokeWidth=1;fillColor=#e1d5e7;strokeColor=#9673a6;startArrow=classic;startFill=0;entryX=0.5;entryY=1;entryDx=0;entryDy=0;exitX=0.5;exitY=0;exitDx=0;exitDy=0;" parent="1" source="4" target="3" edge="1">
                    <mxGeometry relative="1" as="geometry">
                        <mxPoint x="60" y="270" as="sourcePoint"/>
                        <mxPoint x="140" y="250" as="targetPoint"/>
                    </mxGeometry>
                </mxCell>
-                 <mxCell id="7" value="$$a_{0}$$" style="rounded=0;whiteSpace=wrap;html=1;fontFamily=Helvetica;fontSize=12;fillColor=#f5f5f5;fontColor=#333333;strokeColor=#666666;" vertex="1" parent="1">
+                 <mxCell id="7" value="$$a_{0}$$" style="rounded=0;whiteSpace=wrap;html=1;fontFamily=Helvetica;fontSize=12;fillColor=#f5f5f5;fontColor=#333333;strokeColor=#666666;" parent="1" vertex="1">
                    <mxGeometry x="660" y="200" width="30" height="40" as="geometry"/>
                </mxCell>
-                 <mxCell id="8" value="$$a_{2}$$" style="rounded=0;whiteSpace=wrap;html=1;fontSize=12;fillColor=#d5e8d4;strokeColor=#82b366;" vertex="1" parent="1">
+                 <mxCell id="8" value="$$a_{2}$$" style="rounded=0;whiteSpace=wrap;html=1;fontSize=12;fillColor=#d5e8d4;strokeColor=#82b366;" parent="1" vertex="1">
                    <mxGeometry x="720" y="200" width="30" height="40" as="geometry"/>
                </mxCell>
-                 <mxCell id="9" value="$$a_{1}$$" style="rounded=0;whiteSpace=wrap;html=1;fontFamily=Helvetica;fontSize=12;fillColor=#f5f5f5;fontColor=#333333;strokeColor=#666666;" vertex="1" parent="1">
+                 <mxCell id="9" value="$$a_{1}$$" style="rounded=0;whiteSpace=wrap;html=1;fontFamily=Helvetica;fontSize=12;fillColor=#f5f5f5;fontColor=#333333;strokeColor=#666666;" parent="1" vertex="1">
                    <mxGeometry x="690" y="200" width="30" height="40" as="geometry"/>
                </mxCell>
-                 <mxCell id="10" value="$$a_{3}$$" style="rounded=0;whiteSpace=wrap;html=1;fontSize=12;fillColor=#d5e8d4;strokeColor=#82b366;" vertex="1" parent="1">
+                 <mxCell id="10" value="$$a_{3}$$" style="rounded=0;whiteSpace=wrap;html=1;fontSize=12;fillColor=#d5e8d4;strokeColor=#82b366;" parent="1" vertex="1">
                    <mxGeometry x="750" y="200" width="30" height="40" as="geometry"/>
                </mxCell>
-                 <mxCell id="11" value="$$a_{8}$$" style="rounded=0;whiteSpace=wrap;html=1;fontFamily=Helvetica;fontSize=12;fillColor=#f5f5f5;fontColor=#333333;strokeColor=#666666;" vertex="1" parent="1">
+                 <mxCell id="11" value="$$a_{8}$$" style="rounded=0;whiteSpace=wrap;html=1;fontFamily=Helvetica;fontSize=12;fillColor=#f5f5f5;fontColor=#333333;strokeColor=#666666;" parent="1" vertex="1">
                    <mxGeometry x="780" y="200" width="30" height="40" as="geometry"/>
                </mxCell>
-                 <mxCell id="12" value="$$a_{10}$$" style="rounded=0;whiteSpace=wrap;html=1;fontSize=12;fillColor=#d5e8d4;strokeColor=#82b366;" vertex="1" parent="1">
+                 <mxCell id="12" value="$$a_{10}$$" style="rounded=0;whiteSpace=wrap;html=1;fontSize=12;fillColor=#d5e8d4;strokeColor=#82b366;" parent="1" vertex="1">
                    <mxGeometry x="840" y="200" width="30" height="40" as="geometry"/>
                </mxCell>
-                 <mxCell id="13" value="$$a_{9}$$" style="rounded=0;whiteSpace=wrap;html=1;fontFamily=Helvetica;fontSize=12;fillColor=#f5f5f5;fontColor=#333333;strokeColor=#666666;" vertex="1" parent="1">
+                 <mxCell id="13" value="$$a_{9}$$" style="rounded=0;whiteSpace=wrap;html=1;fontFamily=Helvetica;fontSize=12;fillColor=#f5f5f5;fontColor=#333333;strokeColor=#666666;" parent="1" vertex="1">
                    <mxGeometry x="810" y="200" width="30" height="40" as="geometry"/>
                </mxCell>
-                 <mxCell id="14" value="$$a_{11}$$" style="rounded=0;whiteSpace=wrap;html=1;fontSize=12;fillColor=#d5e8d4;strokeColor=#82b366;" vertex="1" parent="1">
+                 <mxCell id="14" value="$$a_{11}$$" style="rounded=0;whiteSpace=wrap;html=1;fontSize=12;fillColor=#d5e8d4;strokeColor=#82b366;" parent="1" vertex="1">
                    <mxGeometry x="870" y="200" width="30" height="40" as="geometry"/>
                </mxCell>
-                 <mxCell id="15" value="$$a_{16}$$" style="rounded=0;whiteSpace=wrap;html=1;fontFamily=Helvetica;fontSize=12;fillColor=#f5f5f5;fontColor=#333333;strokeColor=#666666;" vertex="1" parent="1">
+                 <mxCell id="15" value="$$a_{16}$$" style="rounded=0;whiteSpace=wrap;html=1;fontFamily=Helvetica;fontSize=12;fillColor=#f5f5f5;fontColor=#333333;strokeColor=#666666;" parent="1" vertex="1">
                    <mxGeometry x="900" y="200" width="30" height="40" as="geometry"/>
                </mxCell>
-                 <mxCell id="16" value="$$a_{18}$$" style="rounded=0;whiteSpace=wrap;html=1;fontSize=12;fillColor=#d5e8d4;strokeColor=#82b366;" vertex="1" parent="1">
+                 <mxCell id="16" value="$$a_{18}$$" style="rounded=0;whiteSpace=wrap;html=1;fontSize=12;fillColor=#d5e8d4;strokeColor=#82b366;" parent="1" vertex="1">
                    <mxGeometry x="960" y="200" width="30" height="40" as="geometry"/>
                </mxCell>
-                 <mxCell id="17" value="$$a_{17}$$" style="rounded=0;whiteSpace=wrap;html=1;fontFamily=Helvetica;fontSize=12;fillColor=#f5f5f5;fontColor=#333333;strokeColor=#666666;" vertex="1" parent="1">
+                 <mxCell id="17" value="$$a_{17}$$" style="rounded=0;whiteSpace=wrap;html=1;fontFamily=Helvetica;fontSize=12;fillColor=#f5f5f5;fontColor=#333333;strokeColor=#666666;" parent="1" vertex="1">
                    <mxGeometry x="930" y="200" width="30" height="40" as="geometry"/>
                </mxCell>
-                 <mxCell id="18" value="$$a_{19}$$" style="rounded=0;whiteSpace=wrap;html=1;fontSize=12;fillColor=#d5e8d4;strokeColor=#82b366;" vertex="1" parent="1">
+                 <mxCell id="18" value="$$a_{19}$$" style="rounded=0;whiteSpace=wrap;html=1;fontSize=12;fillColor=#d5e8d4;strokeColor=#82b366;" parent="1" vertex="1">
                    <mxGeometry x="990" y="200" width="30" height="40" as="geometry"/>
                </mxCell>
-                 <mxCell id="19" value="$$a_{24}$$" style="rounded=0;whiteSpace=wrap;html=1;fontFamily=Helvetica;fontSize=12;fillColor=#f5f5f5;fontColor=#333333;strokeColor=#666666;" vertex="1" parent="1">
+                 <mxCell id="19" value="$$a_{24}$$" style="rounded=0;whiteSpace=wrap;html=1;fontFamily=Helvetica;fontSize=12;fillColor=#f5f5f5;fontColor=#333333;strokeColor=#666666;" parent="1" vertex="1">
                    <mxGeometry x="1020" y="200" width="30" height="40" as="geometry"/>
                </mxCell>
-                 <mxCell id="20" value="$$a_{26}$$" style="rounded=0;whiteSpace=wrap;html=1;fontSize=12;fillColor=#d5e8d4;strokeColor=#82b366;" vertex="1" parent="1">
+                 <mxCell id="20" value="$$a_{26}$$" style="rounded=0;whiteSpace=wrap;html=1;fontSize=12;fillColor=#d5e8d4;strokeColor=#82b366;" parent="1" vertex="1">
                    <mxGeometry x="1080" y="200" width="30" height="40" as="geometry"/>
                </mxCell>
-                 <mxCell id="21" value="$$a_{25}$$" style="rounded=0;whiteSpace=wrap;html=1;fontFamily=Helvetica;fontSize=12;fillColor=#f5f5f5;fontColor=#333333;strokeColor=#666666;" vertex="1" parent="1">
+                 <mxCell id="21" value="$$a_{25}$$" style="rounded=0;whiteSpace=wrap;html=1;fontFamily=Helvetica;fontSize=12;fillColor=#f5f5f5;fontColor=#333333;strokeColor=#666666;" parent="1" vertex="1">
                    <mxGeometry x="1050" y="200" width="30" height="40" as="geometry"/>
                </mxCell>
-                 <mxCell id="22" value="$$a_{27}$$" style="rounded=0;whiteSpace=wrap;html=1;fontSize=12;fillColor=#d5e8d4;strokeColor=#82b366;" vertex="1" parent="1">
+                 <mxCell id="22" value="$$a_{27}$$" style="rounded=0;whiteSpace=wrap;html=1;fontSize=12;fillColor=#d5e8d4;strokeColor=#82b366;" parent="1" vertex="1">
                    <mxGeometry x="1110" y="200" width="30" height="40" as="geometry"/>
                </mxCell>
-                 <mxCell id="23" value="$$a_{30}$$" style="rounded=0;whiteSpace=wrap;html=1;fontFamily=Helvetica;fontSize=12;fillColor=#f5f5f5;fontColor=#333333;strokeColor=#666666;" vertex="1" parent="1">
+                 <mxCell id="23" value="$$a_{30}$$" style="rounded=0;whiteSpace=wrap;html=1;fontFamily=Helvetica;fontSize=12;fillColor=#f5f5f5;fontColor=#333333;strokeColor=#666666;" parent="1" vertex="1">
                    <mxGeometry x="1080" y="260" width="30" height="40" as="geometry"/>
                </mxCell>
-                 <mxCell id="24" value="$$a_{4}$$" style="rounded=0;whiteSpace=wrap;html=1;fontSize=12;fillColor=#d5e8d4;strokeColor=#82b366;" vertex="1" parent="1">
+                 <mxCell id="24" value="$$a_{4}$$" style="rounded=0;whiteSpace=wrap;html=1;fontSize=12;fillColor=#d5e8d4;strokeColor=#82b366;" parent="1" vertex="1">
                    <mxGeometry x="660" y="260" width="30" height="40" as="geometry"/>
                </mxCell>
-                 <mxCell id="25" value="$$a_{31}$$" style="rounded=0;whiteSpace=wrap;html=1;fontFamily=Helvetica;fontSize=12;fillColor=#f5f5f5;fontColor=#333333;strokeColor=#666666;" vertex="1" parent="1">
+                 <mxCell id="25" value="$$a_{31}$$" style="rounded=0;whiteSpace=wrap;html=1;fontFamily=Helvetica;fontSize=12;fillColor=#f5f5f5;fontColor=#333333;strokeColor=#666666;" parent="1" vertex="1">
                    <mxGeometry x="1110" y="260" width="30" height="40" as="geometry"/>
                </mxCell>
-                 <mxCell id="26" value="$$a_{5}$$" style="rounded=0;whiteSpace=wrap;html=1;fontSize=12;fillColor=#d5e8d4;strokeColor=#82b366;" vertex="1" parent="1">
+                 <mxCell id="26" value="$$a_{5}$$" style="rounded=0;whiteSpace=wrap;html=1;fontSize=12;fillColor=#d5e8d4;strokeColor=#82b366;" parent="1" vertex="1">
                    <mxGeometry x="690" y="260" width="30" height="40" as="geometry"/>
                </mxCell>
-                 <mxCell id="27" value="$$a_{6}$$" style="rounded=0;whiteSpace=wrap;html=1;fontFamily=Helvetica;fontSize=12;fillColor=#f5f5f5;fontColor=#333333;strokeColor=#666666;" vertex="1" parent="1">
+                 <mxCell id="27" value="$$a_{6}$$" style="rounded=0;whiteSpace=wrap;html=1;fontFamily=Helvetica;fontSize=12;fillColor=#f5f5f5;fontColor=#333333;strokeColor=#666666;" parent="1" vertex="1">
                    <mxGeometry x="720" y="260" width="30" height="40" as="geometry"/>
                </mxCell>
-                 <mxCell id="28" value="$$a_{12}$$" style="rounded=0;whiteSpace=wrap;html=1;fontSize=12;fillColor=#d5e8d4;strokeColor=#82b366;" vertex="1" parent="1">
+                 <mxCell id="28" value="$$a_{12}$$" style="rounded=0;whiteSpace=wrap;html=1;fontSize=12;fillColor=#d5e8d4;strokeColor=#82b366;" parent="1" vertex="1">
                    <mxGeometry x="780" y="260" width="30" height="40" as="geometry"/>
                </mxCell>
-                 <mxCell id="29" value="$$a_{7}$$" style="rounded=0;whiteSpace=wrap;html=1;fontFamily=Helvetica;fontSize=12;fillColor=#f5f5f5;fontColor=#333333;strokeColor=#666666;" vertex="1" parent="1">
+                 <mxCell id="29" value="$$a_{7}$$" style="rounded=0;whiteSpace=wrap;html=1;fontFamily=Helvetica;fontSize=12;fillColor=#f5f5f5;fontColor=#333333;strokeColor=#666666;" parent="1" vertex="1">
                    <mxGeometry x="750" y="260" width="30" height="40" as="geometry"/>
                </mxCell>
-                 <mxCell id="30" value="$$a_{13}$$" style="rounded=0;whiteSpace=wrap;html=1;fontSize=12;fillColor=#d5e8d4;strokeColor=#82b366;" vertex="1" parent="1">
+                 <mxCell id="30" value="$$a_{13}$$" style="rounded=0;whiteSpace=wrap;html=1;fontSize=12;fillColor=#d5e8d4;strokeColor=#82b366;" parent="1" vertex="1">
                    <mxGeometry x="810" y="260" width="30" height="40" as="geometry"/>
                </mxCell>
-                 <mxCell id="31" value="$$a_{20}$$" style="rounded=0;whiteSpace=wrap;html=1;fontFamily=Helvetica;fontSize=12;fillColor=#f5f5f5;fontColor=#333333;strokeColor=#666666;" vertex="1" parent="1">
+                 <mxCell id="31" value="$$a_{20}$$" style="rounded=0;whiteSpace=wrap;html=1;fontFamily=Helvetica;fontSize=12;fillColor=#f5f5f5;fontColor=#333333;strokeColor=#666666;" parent="1" vertex="1">
                    <mxGeometry x="840" y="260" width="30" height="40" as="geometry"/>
                </mxCell>
-                 <mxCell id="32" value="$$a_{18}$$" style="rounded=0;whiteSpace=wrap;html=1;fontSize=12;fillColor=#d5e8d4;strokeColor=#82b366;" vertex="1" parent="1">
+                 <mxCell id="32" value="$$a_{18}$$" style="rounded=0;whiteSpace=wrap;html=1;fontSize=12;fillColor=#d5e8d4;strokeColor=#82b366;" parent="1" vertex="1">
                    <mxGeometry x="900" y="260" width="30" height="40" as="geometry"/>
                </mxCell>
-                 <mxCell id="33" value="$$a_{21}$$" style="rounded=0;whiteSpace=wrap;html=1;fontFamily=Helvetica;fontSize=12;fillColor=#f5f5f5;fontColor=#333333;strokeColor=#666666;" vertex="1" parent="1">
+                 <mxCell id="33" value="$$a_{21}$$" style="rounded=0;whiteSpace=wrap;html=1;fontFamily=Helvetica;fontSize=12;fillColor=#f5f5f5;fontColor=#333333;strokeColor=#666666;" parent="1" vertex="1">
                    <mxGeometry x="870" y="260" width="30" height="40" as="geometry"/>
                </mxCell>
-                 <mxCell id="34" value="$$a_{19}$$" style="rounded=0;whiteSpace=wrap;html=1;fontSize=12;fillColor=#d5e8d4;strokeColor=#82b366;" vertex="1" parent="1">
+                 <mxCell id="34" value="$$a_{19}$$" style="rounded=0;whiteSpace=wrap;html=1;fontSize=12;fillColor=#d5e8d4;strokeColor=#82b366;" parent="1" vertex="1">
                    <mxGeometry x="930" y="260" width="30" height="40" as="geometry"/>
                </mxCell>
-                 <mxCell id="35" value="$$a_{24}$$" style="rounded=0;whiteSpace=wrap;html=1;fontFamily=Helvetica;fontSize=12;fillColor=#f5f5f5;fontColor=#333333;strokeColor=#666666;" vertex="1" parent="1">
+                 <mxCell id="35" value="$$a_{24}$$" style="rounded=0;whiteSpace=wrap;html=1;fontFamily=Helvetica;fontSize=12;fillColor=#f5f5f5;fontColor=#333333;strokeColor=#666666;" parent="1" vertex="1">
                    <mxGeometry x="960" y="260" width="30" height="40" as="geometry"/>
                </mxCell>
-                 <mxCell id="36" value="$$a_{28}$$" style="rounded=0;whiteSpace=wrap;html=1;fontSize=12;fillColor=#d5e8d4;strokeColor=#82b366;" vertex="1" parent="1">
+                 <mxCell id="36" value="$$a_{28}$$" style="rounded=0;whiteSpace=wrap;html=1;fontSize=12;fillColor=#d5e8d4;strokeColor=#82b366;" parent="1" vertex="1">
                    <mxGeometry x="1020" y="260" width="30" height="40" as="geometry"/>
                </mxCell>
-                 <mxCell id="37" value="$$a_{25}$$" style="rounded=0;whiteSpace=wrap;html=1;fontFamily=Helvetica;fontSize=12;fillColor=#f5f5f5;fontColor=#333333;strokeColor=#666666;" vertex="1" parent="1">
+                 <mxCell id="37" value="$$a_{25}$$" style="rounded=0;whiteSpace=wrap;html=1;fontFamily=Helvetica;fontSize=12;fillColor=#f5f5f5;fontColor=#333333;strokeColor=#666666;" parent="1" vertex="1">
                    <mxGeometry x="990" y="260" width="30" height="40" as="geometry"/>
                </mxCell>
-                 <mxCell id="38" value="$$a_{29}$$" style="rounded=0;whiteSpace=wrap;html=1;fontSize=12;fillColor=#d5e8d4;strokeColor=#82b366;" vertex="1" parent="1">
+                 <mxCell id="38" value="$$a_{29}$$" style="rounded=0;whiteSpace=wrap;html=1;fontSize=12;fillColor=#d5e8d4;strokeColor=#82b366;" parent="1" vertex="1">
                    <mxGeometry x="1050" y="260" width="30" height="40" as="geometry"/>
                </mxCell>
-                 <mxCell id="39" style="rounded=0;orthogonalLoop=1;jettySize=auto;html=1;endArrow=classic;endFill=0;strokeWidth=1;fillColor=#e1d5e7;strokeColor=#9673a6;startArrow=classic;startFill=0;entryX=1;entryY=1;entryDx=0;entryDy=0;exitX=0;exitY=0;exitDx=0;exitDy=0;" edge="1" parent="1" source="26" target="8">
+                 <mxCell id="39" style="rounded=0;orthogonalLoop=1;jettySize=auto;html=1;endArrow=classic;endFill=0;strokeWidth=1;fillColor=#e1d5e7;strokeColor=#9673a6;startArrow=classic;startFill=0;entryX=1;entryY=1;entryDx=0;entryDy=0;exitX=0;exitY=0;exitDx=0;exitDy=0;" parent="1" source="26" target="8" edge="1">
                    <mxGeometry relative="1" as="geometry">
                        <mxPoint x="690" y="300" as="sourcePoint"/>
                        <mxPoint x="770" y="260" as="targetPoint"/>
                    </mxGeometry>
                </mxCell>
-                 <mxCell id="40" style="rounded=0;orthogonalLoop=1;jettySize=auto;html=1;endArrow=classic;endFill=0;strokeWidth=1;fillColor=#e1d5e7;strokeColor=#9673a6;startArrow=classic;startFill=0;entryX=1;entryY=1;entryDx=0;entryDy=0;exitX=0;exitY=0;exitDx=0;exitDy=0;" edge="1" parent="1">
+                 <mxCell id="40" style="rounded=0;orthogonalLoop=1;jettySize=auto;html=1;endArrow=classic;endFill=0;strokeWidth=1;fillColor=#e1d5e7;strokeColor=#9673a6;startArrow=classic;startFill=0;entryX=1;entryY=1;entryDx=0;entryDy=0;exitX=0;exitY=0;exitDx=0;exitDy=0;" parent="1" edge="1">
                    <mxGeometry relative="1" as="geometry">
                        <mxPoint x="810" y="280" as="sourcePoint"/>
                        <mxPoint x="870" y="240" as="targetPoint"/>
                    </mxGeometry>
                </mxCell>
-                 <mxCell id="41" style="rounded=0;orthogonalLoop=1;jettySize=auto;html=1;endArrow=classic;endFill=0;strokeWidth=1;fillColor=#e1d5e7;strokeColor=#9673a6;startArrow=classic;startFill=0;entryX=1;entryY=1;entryDx=0;entryDy=0;exitX=0;exitY=0;exitDx=0;exitDy=0;" edge="1" parent="1">
+                 <mxCell id="41" style="rounded=0;orthogonalLoop=1;jettySize=auto;html=1;endArrow=classic;endFill=0;strokeWidth=1;fillColor=#e1d5e7;strokeColor=#9673a6;startArrow=classic;startFill=0;entryX=1;entryY=1;entryDx=0;entryDy=0;exitX=0;exitY=0;exitDx=0;exitDy=0;" parent="1" edge="1">
                    <mxGeometry relative="1" as="geometry">
                        <mxPoint x="930" y="280" as="sourcePoint"/>
                        <mxPoint x="990" y="240" as="targetPoint"/>
                    </mxGeometry>
                </mxCell>
-                 <mxCell id="42" style="rounded=0;orthogonalLoop=1;jettySize=auto;html=1;endArrow=classic;endFill=0;strokeWidth=1;fillColor=#e1d5e7;strokeColor=#9673a6;startArrow=classic;startFill=0;entryX=1;entryY=1;entryDx=0;entryDy=0;exitX=0;exitY=0;exitDx=0;exitDy=0;" edge="1" parent="1">
+                 <mxCell id="42" style="rounded=0;orthogonalLoop=1;jettySize=auto;html=1;endArrow=classic;endFill=0;strokeWidth=1;fillColor=#e1d5e7;strokeColor=#9673a6;startArrow=classic;startFill=0;entryX=1;entryY=1;entryDx=0;entryDy=0;exitX=0;exitY=0;exitDx=0;exitDy=0;" parent="1" edge="1">
                    <mxGeometry relative="1" as="geometry">
                        <mxPoint x="1050" y="280" as="sourcePoint"/>
                        <mxPoint x="1110" y="240" as="targetPoint"/>
                    </mxGeometry>
                </mxCell>
-                 <mxCell id="43" value="$$a_{0} - a_{3}$$" style="rounded=0;whiteSpace=wrap;html=1;fontSize=12;fillColor=#f5f5f5;fontColor=#333333;strokeColor=#666666;" vertex="1" parent="1">
+                 <mxCell id="43" value="$$a_{0} - a_{3}$$" style="rounded=0;whiteSpace=wrap;html=1;fontSize=12;fillColor=#f5f5f5;fontColor=#333333;strokeColor=#666666;" parent="1" vertex="1">
                    <mxGeometry x="260" y="200" width="80" height="40" as="geometry"/>
                </mxCell>
-                 <mxCell id="44" value="$$a_{4} - a_{7}$$" style="rounded=0;whiteSpace=wrap;html=1;fontSize=12;fillColor=#d5e8d4;strokeColor=#82b366;" vertex="1" parent="1">
+                 <mxCell id="44" value="$$a_{4} - a_{7}$$" style="rounded=0;whiteSpace=wrap;html=1;fontSize=12;fillColor=#d5e8d4;strokeColor=#82b366;" parent="1" vertex="1">
                    <mxGeometry x="340" y="200" width="80" height="40" as="geometry"/>
                </mxCell>
-                 <mxCell id="45" value="$$a_{8} - a_{11}$$" style="rounded=0;whiteSpace=wrap;html=1;fontSize=12;fillColor=#d5e8d4;strokeColor=#82b366;" vertex="1" parent="1">
+                 <mxCell id="45" value="$$a_{8} - a_{11}$$" style="rounded=0;whiteSpace=wrap;html=1;fontSize=12;fillColor=#d5e8d4;strokeColor=#82b366;" parent="1" vertex="1">
                    <mxGeometry x="260" y="260" width="80" height="40" as="geometry"/>
                </mxCell>
-                 <mxCell id="46" value="$$a_{12} - a_{15}$$" style="rounded=0;whiteSpace=wrap;html=1;fontSize=12;fillColor=#f5f5f5;fontColor=#333333;strokeColor=#666666;" vertex="1" parent="1">
+                 <mxCell id="46" value="$$a_{12} - a_{15}$$" style="rounded=0;whiteSpace=wrap;html=1;fontSize=12;fillColor=#f5f5f5;fontColor=#333333;strokeColor=#666666;" parent="1" vertex="1">
                    <mxGeometry x="340" y="260" width="80" height="40" as="geometry"/>
                </mxCell>
-                 <mxCell id="47" style="rounded=0;orthogonalLoop=1;jettySize=auto;html=1;endArrow=classic;endFill=0;strokeWidth=1;fillColor=#e1d5e7;strokeColor=#9673a6;startArrow=classic;startFill=0;entryX=0.5;entryY=1;entryDx=0;entryDy=0;exitX=0.5;exitY=0;exitDx=0;exitDy=0;" edge="1" parent="1" source="45" target="44">
+                 <mxCell id="47" style="rounded=0;orthogonalLoop=1;jettySize=auto;html=1;endArrow=classic;endFill=0;strokeWidth=1;fillColor=#e1d5e7;strokeColor=#9673a6;startArrow=classic;startFill=0;entryX=0.5;entryY=1;entryDx=0;entryDy=0;exitX=0.5;exitY=0;exitDx=0;exitDy=0;" parent="1" source="45" target="44" edge="1">
                    <mxGeometry relative="1" as="geometry">
                        <mxPoint x="300" y="270" as="sourcePoint"/>
                        <mxPoint x="380" y="250" as="targetPoint"/>
                    </mxGeometry>
                </mxCell>
-                 <mxCell id="48" value="$$a_{16} - a_{19}$$" style="rounded=0;whiteSpace=wrap;html=1;fontSize=12;fillColor=#f5f5f5;fontColor=#333333;strokeColor=#666666;" vertex="1" parent="1">
+                 <mxCell id="48" value="$$a_{16} - a_{19}$$" style="rounded=0;whiteSpace=wrap;html=1;fontSize=12;fillColor=#f5f5f5;fontColor=#333333;strokeColor=#666666;" parent="1" vertex="1">
                    <mxGeometry x="420" y="200" width="80" height="40" as="geometry"/>
                </mxCell>
-                 <mxCell id="49" value="$$a_{20} - a_{23}$$" style="rounded=0;whiteSpace=wrap;html=1;fontSize=12;fillColor=#d5e8d4;strokeColor=#82b366;" vertex="1" parent="1">
+                 <mxCell id="49" value="$$a_{20} - a_{23}$$" style="rounded=0;whiteSpace=wrap;html=1;fontSize=12;fillColor=#d5e8d4;strokeColor=#82b366;" parent="1" vertex="1">
                    <mxGeometry x="500" y="200" width="80" height="40" as="geometry"/>
                </mxCell>
-                 <mxCell id="50" value="$$a_{24} - a_{27}$$" style="rounded=0;whiteSpace=wrap;html=1;fontSize=12;fillColor=#d5e8d4;strokeColor=#82b366;" vertex="1" parent="1">
+                 <mxCell id="50" value="$$a_{24} - a_{27}$$" style="rounded=0;whiteSpace=wrap;html=1;fontSize=12;fillColor=#d5e8d4;strokeColor=#82b366;" parent="1" vertex="1">
                    <mxGeometry x="420" y="260" width="80" height="40" as="geometry"/>
                </mxCell>
-                 <mxCell id="51" value="$$a_{28} - a_{31}$$" style="rounded=0;whiteSpace=wrap;html=1;fontSize=12;fillColor=#f5f5f5;fontColor=#333333;strokeColor=#666666;" vertex="1" parent="1">
+                 <mxCell id="51" value="$$a_{28} - a_{31}$$" style="rounded=0;whiteSpace=wrap;html=1;fontSize=12;fillColor=#f5f5f5;fontColor=#333333;strokeColor=#666666;" parent="1" vertex="1">
                    <mxGeometry x="500" y="260" width="80" height="40" as="geometry"/>
                </mxCell>
-                 <mxCell id="52" style="rounded=0;orthogonalLoop=1;jettySize=auto;html=1;endArrow=classic;endFill=0;strokeWidth=1;fillColor=#e1d5e7;strokeColor=#9673a6;startArrow=classic;startFill=0;entryX=0.5;entryY=1;entryDx=0;entryDy=0;exitX=0.5;exitY=0;exitDx=0;exitDy=0;" edge="1" parent="1" source="50" target="49">
+                 <mxCell id="52" style="rounded=0;orthogonalLoop=1;jettySize=auto;html=1;endArrow=classic;endFill=0;strokeWidth=1;fillColor=#e1d5e7;strokeColor=#9673a6;startArrow=classic;startFill=0;entryX=0.5;entryY=1;entryDx=0;entryDy=0;exitX=0.5;exitY=0;exitDx=0;exitDy=0;" parent="1" source="50" target="49" edge="1">
                    <mxGeometry relative="1" as="geometry">
                        <mxPoint x="460" y="270" as="sourcePoint"/>
                        <mxPoint x="540" y="250" as="targetPoint"/>
                    </mxGeometry>
                </mxCell>
            </root>
        </mxGraphModel>
    </diagram>
</mxfile>